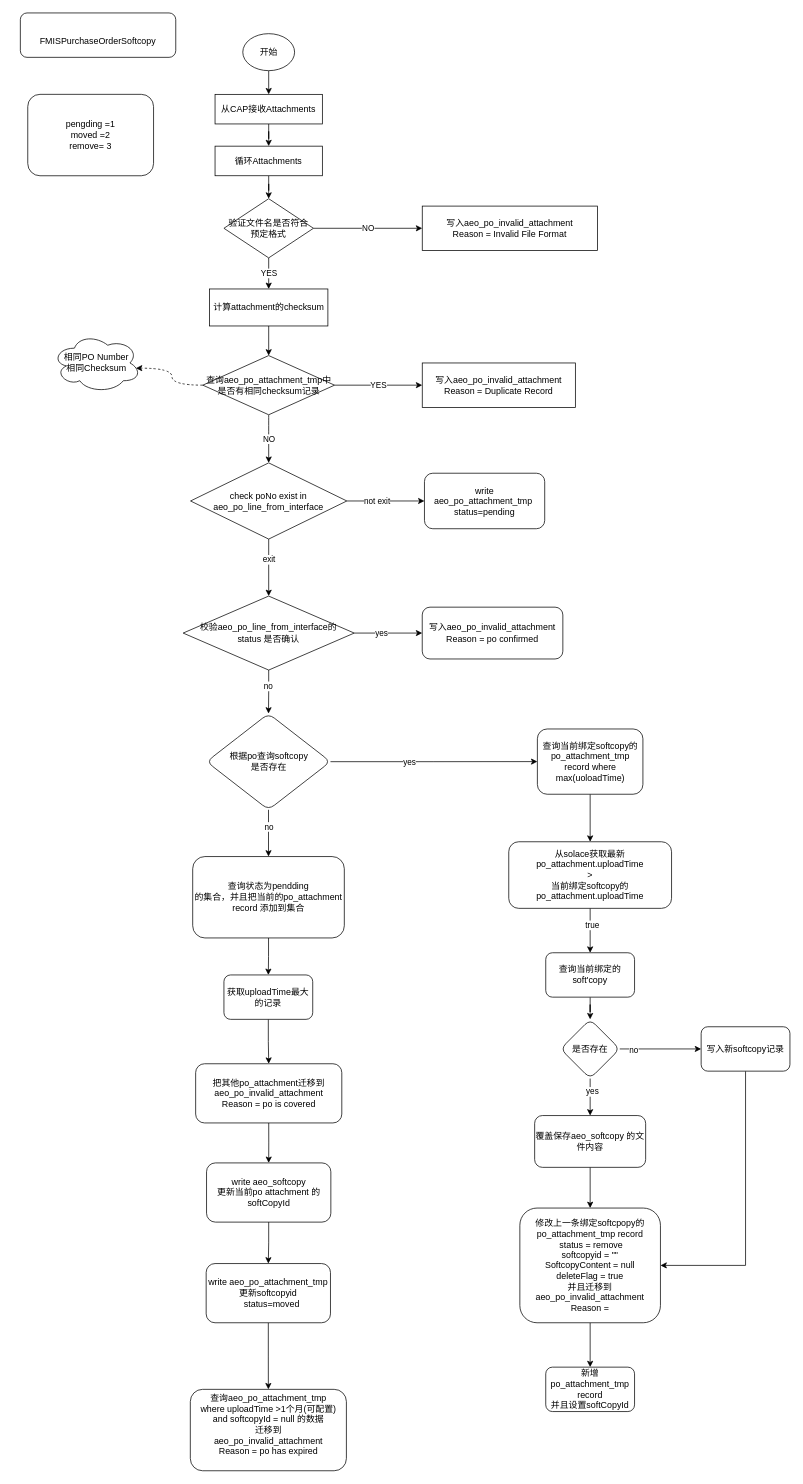
The draw.io diagram po_atta.drawio in 1119132473/doc, before the edit. Source tidied: cells renumbered, new cells numbered last; positions are measured from the earlier drawing's top-left corner, leaving out a move shared by most shapes. Both pictures are drawn from the tidied source at 74%, with x=0, y=0 at pixel (20, 13).
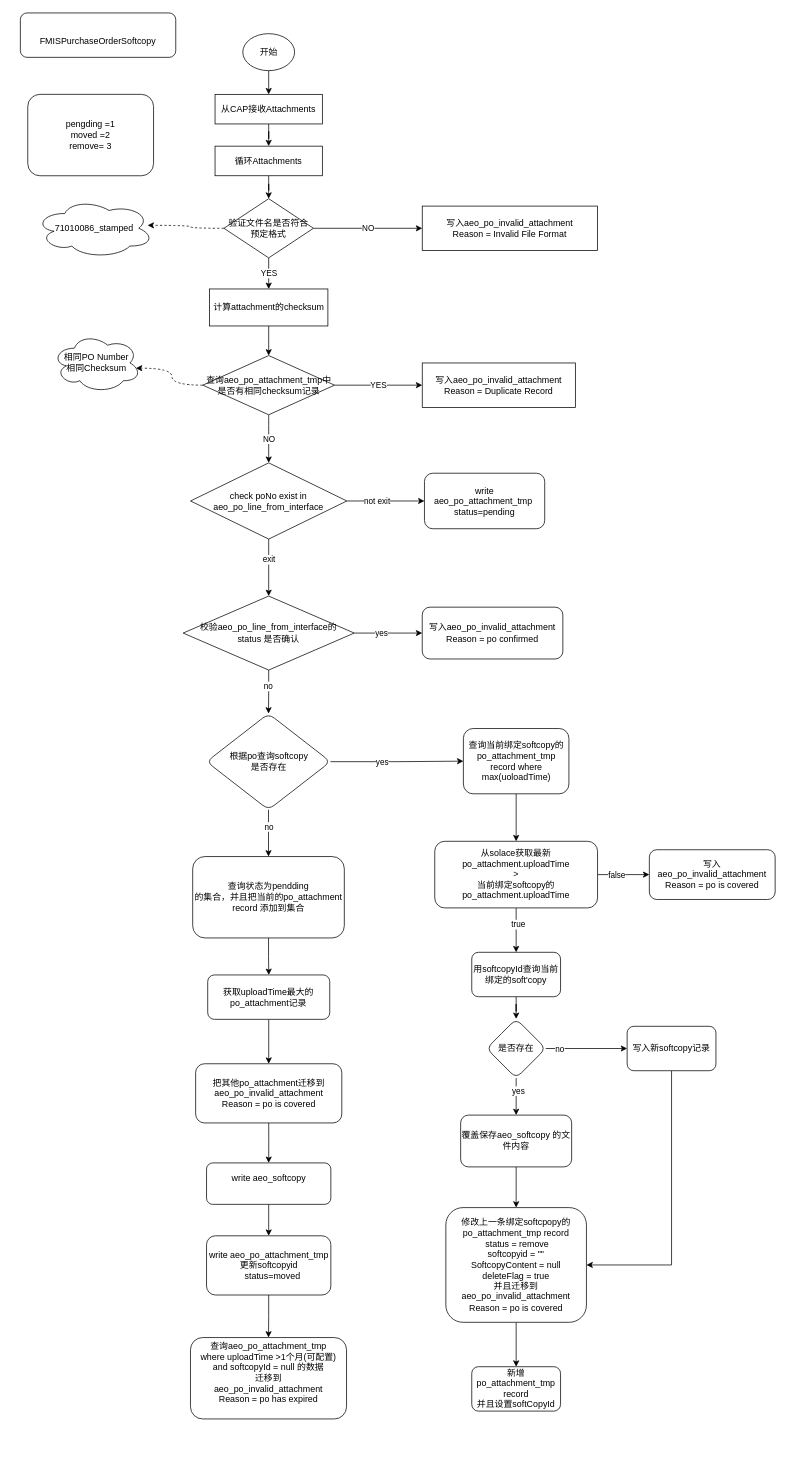
Above is the later version.

Unchanged cells that the change refers to:
```xml
<mxCell id="11" value="验证文件名是否符合预定格式" style="rhombus;whiteSpace=wrap;html=1;" parent="1" vertex="1">
  <mxGeometry x="275.1" y="251" width="121" height="80" as="geometry" />
</mxCell>
```

The edit, as a diff of the source:
```diff
@@
     <mxCell id="34" value="&lt;div&gt;覆盖保存aeo_softcopy 的文件内容&lt;/div&gt;" style="rounded=1;whiteSpace=wrap;html=1;" parent="1" vertex="1">
-      <mxGeometry x="695" y="1490" width="150" height="70" as="geometry" />
+      <mxGeometry x="595" y="1489.4" width="150" height="70" as="geometry" />
     </mxCell>
@@
-    <mxCell id="36" value="&lt;div&gt;write aeo_softcopy&lt;/div&gt;&lt;div&gt;更新当前po attachment 的softCopyId&lt;/div&gt;" style="rounded=1;whiteSpace=wrap;html=1;" parent="1" vertex="1">
-      <mxGeometry x="251.6" y="1554" width="168" height="80" as="geometry" />
+    <mxCell id="36" value="&lt;div&gt;write aeo_softcopy&lt;/div&gt;&lt;div&gt;&lt;br&gt;&lt;/div&gt;" style="rounded=1;whiteSpace=wrap;html=1;" parent="1" vertex="1">
+      <mxGeometry x="251.6" y="1554" width="168" height="56" as="geometry" />
     </mxCell>
     <mxCell id="37" value="&lt;div&gt;查询aeo_po_attachment_tmp &lt;br&gt;&lt;/div&gt;&lt;div&gt;where uploadTime &amp;gt;1个月(可配置)&lt;/div&gt;&lt;div&gt;and softcopyId = null 的数据&lt;/div&gt;&lt;div&gt;迁移到&lt;/div&gt;&lt;div&gt;aeo_po_invalid_attachment&lt;br&gt;Reason = &lt;span class=&quot;HwtZe&quot; lang=&quot;en&quot;&gt;&lt;span class=&quot;jCAhz ChMk0b&quot;&gt;&lt;span class=&quot;ryNqvb&quot;&gt;po has expired&lt;/span&gt;&lt;/span&gt;&lt;/span&gt;&lt;/div&gt;&lt;div&gt;&lt;br&gt;&lt;/div&gt;" style="rounded=1;whiteSpace=wrap;html=1;" parent="1" vertex="1">
-      <mxGeometry x="229.7" y="1860" width="210.9" height="110" as="geometry" />
+      <mxGeometry x="229.9" y="1790" width="210.9" height="110" as="geometry" />
     </mxCell>
@@
     <mxCell id="47" value="&lt;div&gt;write aeo_po_attachment_tmp&lt;/div&gt;&lt;div&gt;更新softcopyid &lt;br&gt;&lt;/div&gt;&lt;div&gt;&amp;nbsp;&amp;nbsp; status=moved&lt;/div&gt;" style="rounded=1;whiteSpace=wrap;html=1;" parent="1" vertex="1">
-      <mxGeometry x="251.1" y="1690" width="168" height="80" as="geometry" />
+      <mxGeometry x="251.6" y="1652.5" width="168" height="80" as="geometry" />
     </mxCell>
@@
     <mxCell id="49" value="&lt;div&gt;查询当前绑定softcopy的po_attachment_tmp record where max(uoloadTime)&lt;br&gt;&lt;/div&gt;" style="whiteSpace=wrap;html=1;rounded=1;" parent="1" vertex="1">
-      <mxGeometry x="698.7" y="967.6" width="142.6" height="88.2" as="geometry" />
+      <mxGeometry x="598.7" y="967" width="142.6" height="88.2" as="geometry" />
     </mxCell>
@@
     <mxCell id="54" value="是否存在" style="rhombus;whiteSpace=wrap;html=1;rounded=1;" parent="1" vertex="1">
-      <mxGeometry x="730" y="1360" width="80" height="80" as="geometry" />
+      <mxGeometry x="630" y="1359.4" width="80" height="80" as="geometry" />
     </mxCell>
@@
-    <mxCell id="56" value="&lt;div&gt;修改上一条绑定softcpopy的po_attachment_tmp record&lt;/div&gt;&lt;div&gt;&amp;nbsp;status = remove&lt;/div&gt;&lt;div&gt;softcopyid = &quot;&quot;&lt;/div&gt;&lt;div&gt;SoftcopyContent = null&lt;/div&gt;&lt;div&gt;deleteFlag = true&lt;/div&gt;&lt;div&gt;并且迁移到&lt;/div&gt;&lt;div&gt;aeo_po_invalid_attachment&lt;br&gt;Reason = &lt;br&gt;&lt;/div&gt;" style="rounded=1;whiteSpace=wrap;html=1;" parent="1" vertex="1">
-      <mxGeometry x="675" y="1615" width="190" height="155" as="geometry" />
+    <mxCell id="56" value="&lt;div&gt;修改上一条绑定softcpopy的po_attachment_tmp record&lt;/div&gt;&lt;div&gt;&amp;nbsp;status = remove&lt;/div&gt;&lt;div&gt;softcopyid = &quot;&quot;&lt;/div&gt;&lt;div&gt;SoftcopyContent = null&lt;/div&gt;&lt;div&gt;deleteFlag = true&lt;/div&gt;&lt;div&gt;并且迁移到&lt;/div&gt;&lt;div&gt;aeo_po_invalid_attachment&lt;br&gt;Reason = po is covered&lt;/div&gt;" style="rounded=1;whiteSpace=wrap;html=1;" parent="1" vertex="1">
+      <mxGeometry x="575" y="1614.4" width="190" height="155" as="geometry" />
     </mxCell>
@@
-    <mxCell id="60" value="获取uploadTime最大的记录" style="rounded=1;whiteSpace=wrap;html=1;" parent="1" vertex="1">
-      <mxGeometry x="275.1" y="1300" width="120" height="60" as="geometry" />
+    <mxCell id="60" value="获取uploadTime最大的po_attachment记录" style="rounded=1;whiteSpace=wrap;html=1;" parent="1" vertex="1">
+      <mxGeometry x="253.2" y="1300" width="164.9" height="60" as="geometry" />
     </mxCell>
@@
+    <mxCell id="69" style="edgeStyle=orthogonalEdgeStyle;rounded=0;jettySize=auto;html=1;" parent="1" edge="1" source="63" target="73">
+      <mxGeometry relative="1" as="geometry" />
+    </mxCell>
+    <mxCell id="70" value="false" style="edgeLabel;html=1;align=center;verticalAlign=middle;" parent="69" vertex="1">
+      <mxGeometry x="-0.28" relative="1" as="geometry" />
+    </mxCell>
     <mxCell id="63" value="&lt;div&gt;从solace获取最新po_attachment.uploadTime&lt;/div&gt;&lt;div&gt;&amp;gt;&lt;/div&gt;&lt;div&gt;当前绑定softcopy的po_attachment.uploadTime&lt;/div&gt;" style="rounded=1;whiteSpace=wrap;html=1;" parent="1" vertex="1">
-      <mxGeometry x="660" y="1120" width="220" height="90" as="geometry" />
+      <mxGeometry x="560" y="1119.4" width="220" height="90" as="geometry" />
     </mxCell>
@@
-    <mxCell id="65" value="查询当前绑定的soft'copy" style="rounded=1;whiteSpace=wrap;html=1;" parent="1" vertex="1">
-      <mxGeometry x="710" y="1270" width="120" height="60" as="geometry" />
+    <mxCell id="65" value="用softcopyId查询当前绑定的soft'copy" style="rounded=1;whiteSpace=wrap;html=1;" parent="1" vertex="1">
+      <mxGeometry x="610" y="1269.4" width="120" height="60" as="geometry" />
     </mxCell>
@@
     <mxCell id="67" value="写入新softcopy记录" style="rounded=1;whiteSpace=wrap;html=1;" parent="1" vertex="1">
-      <mxGeometry x="920" y="1370" width="120" height="60" as="geometry" />
+      <mxGeometry x="820" y="1369.4" width="120" height="60" as="geometry" />
     </mxCell>
     <mxCell id="68" value="&lt;div&gt;新增po_attachment_tmp record&lt;br&gt;&lt;/div&gt;&lt;div&gt;并且设置softCopyId&lt;/div&gt;" style="rounded=1;whiteSpace=wrap;html=1;" parent="1" vertex="1">
-      <mxGeometry x="710" y="1830" width="120" height="60" as="geometry" />
+      <mxGeometry x="610" y="1829.4" width="120" height="60" as="geometry" />
     </mxCell>
+    <mxCell id="71" style="edgeStyle=orthogonalEdgeStyle;rounded=0;jettySize=auto;html=1;exitX=0;exitY=0.5;exitDx=0;exitDy=0;entryX=0.95;entryY=0.45;entryDx=0;entryDy=0;entryPerimeter=0;curved=1;dashed=1;" parent="1" edge="1" source="11" target="72">
+      <mxGeometry relative="1" as="geometry">
+        <Array as="points">
+          <mxPoint x="230" y="291" />
+          <mxPoint x="230" y="287" />
+        </Array>
+      </mxGeometry>
+    </mxCell>
+    <mxCell id="72" value="71010086_stamped" style="ellipse;shape=cloud;whiteSpace=wrap;html=1;" parent="1" vertex="1">
+      <mxGeometry x="20" y="251" width="160" height="80" as="geometry" />
+    </mxCell>
+    <mxCell id="73" value="写入aeo_po_invalid_attachment&lt;br&gt;Reason = &lt;span class=&quot;HwtZe&quot; lang=&quot;en&quot;&gt;po is covered&lt;/span&gt;&lt;span class=&quot;HwtZe&quot; lang=&quot;en&quot;&gt;&lt;/span&gt;&lt;span class=&quot;HwtZe&quot; lang=&quot;en&quot;&gt;&lt;/span&gt;&lt;span class=&quot;HwtZe&quot; lang=&quot;en&quot;&gt;&lt;/span&gt; " style="rounded=1;whiteSpace=wrap;html=1;" parent="1" vertex="1">
+      <mxGeometry x="850" y="1130.8" width="170" height="67.2" as="geometry" />
+    </mxCell>
```
